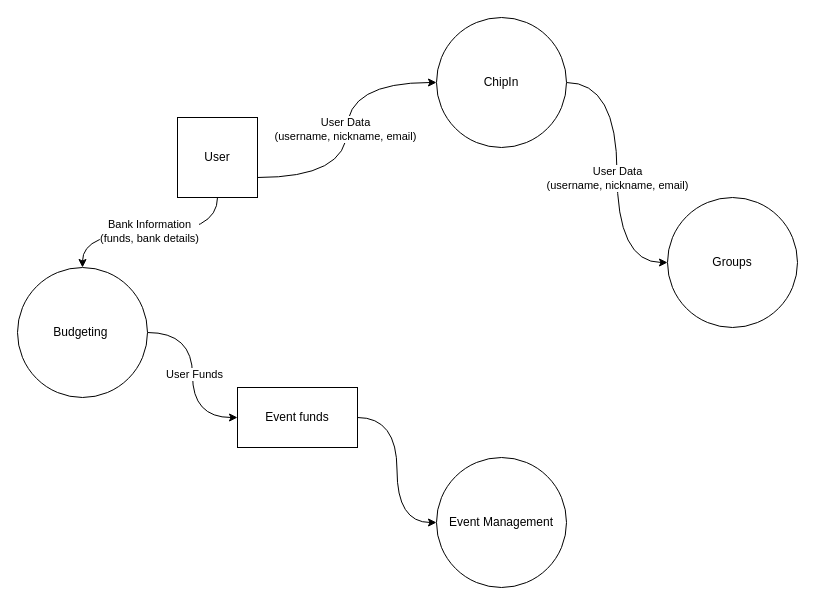
Before: dataflowdiagram.drawio in p4rsl3yyy/ssa_project, a draw.io diagram. Source tidied: cells renumbered, new cells numbered last; positions are measured from the earlier drawing's top-left corner, leaving out a move shared by most shapes. Both pictures are drawn from the tidied source at 100%, with x=0, y=0 at pixel (17, 17).
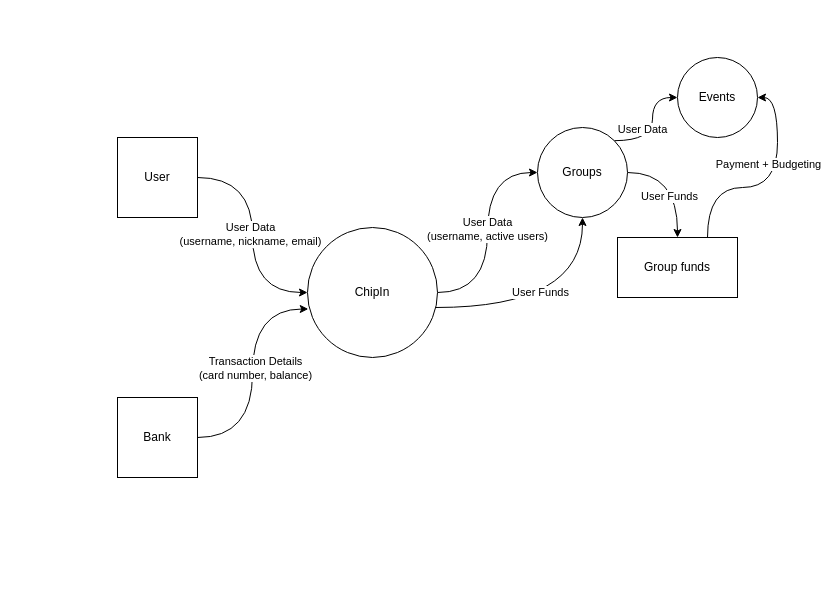
Above is the later version.

Diff of the diagram source:
```diff
@@
-    <mxCell id="2" style="edgeStyle=orthogonalEdgeStyle;rounded=0;jettySize=auto;html=1;exitX=1;exitY=0.5;exitDx=0;exitDy=0;entryX=0;entryY=0.5;entryDx=0;entryDy=0;curved=1;" parent="1" edge="1" source="4" target="15">
-      <mxGeometry relative="1" as="geometry" />
-    </mxCell>
-    <mxCell id="3" value="User Data&lt;div&gt;(username, nickname, email)&lt;/div&gt;" style="edgeLabel;html=1;align=center;verticalAlign=middle;" parent="2" vertex="1">
-      <mxGeometry x="0.04" relative="1" as="geometry" />
-    </mxCell>
+    <mxCell id="17" style="edgeStyle=orthogonalEdgeStyle;rounded=0;jettySize=auto;html=1;entryX=0;entryY=0.5;entryDx=0;entryDy=0;curved=1;" parent="1" edge="1" source="4" target="15">
+      <mxGeometry relative="1" as="geometry" />
+    </mxCell>
+    <mxCell id="18" value="User Data&lt;br&gt;(username, active users)" style="edgeLabel;html=1;align=center;verticalAlign=middle;" parent="17" vertex="1">
+      <mxGeometry x="-0.11" y="1" relative="1" as="geometry">
+        <mxPoint y="-16" as="offset" />
+      </mxGeometry>
+    </mxCell>
+    <mxCell id="19" style="edgeStyle=orthogonalEdgeStyle;rounded=0;jettySize=auto;html=1;entryX=0.5;entryY=1;entryDx=0;entryDy=0;curved=1;" parent="1" edge="1" source="4" target="15">
+      <mxGeometry relative="1" as="geometry">
+        <Array as="points">
+          <mxPoint x="565" y="290" />
+        </Array>
+      </mxGeometry>
+    </mxCell>
+    <mxCell id="20" value="User Funds" style="edgeLabel;html=1;align=center;verticalAlign=middle;" parent="19" vertex="1">
+      <mxGeometry x="-0.12" y="16" relative="1" as="geometry" />
+    </mxCell>
     <mxCell id="4" value="ChipIn" style="ellipse;whiteSpace=wrap;html=1;" parent="1" vertex="1">
-      <mxGeometry x="419" width="130" height="130" as="geometry" />
+      <mxGeometry x="290" y="210" width="130" height="130" as="geometry" />
     </mxCell>
-    <mxCell id="5" style="rounded=0;jettySize=auto;html=1;exitX=1;exitY=0.75;exitDx=0;exitDy=0;entryX=0;entryY=0.5;entryDx=0;entryDy=0;edgeStyle=orthogonalEdgeStyle;curved=1;" parent="1" edge="1" source="9" target="4">
+    <mxCell id="5" style="edgeStyle=orthogonalEdgeStyle;rounded=0;jettySize=auto;html=1;entryX=0;entryY=0.5;entryDx=0;entryDy=0;curved=1;" parent="1" edge="1" source="9" target="4">
       <mxGeometry relative="1" as="geometry" />
     </mxCell>
     <mxCell id="6" value="User Data&lt;br&gt;(username, nickname, email)" style="edgeLabel;html=1;align=center;verticalAlign=middle;" parent="5" vertex="1">
-      <mxGeometry x="0.01" y="2" relative="1" as="geometry" />
+      <mxGeometry x="-0.11" y="-3" relative="1" as="geometry">
+        <mxPoint y="11" as="offset" />
+      </mxGeometry>
     </mxCell>
-    <mxCell id="7" style="edgeStyle=orthogonalEdgeStyle;rounded=0;jettySize=auto;html=1;exitX=0.5;exitY=1;exitDx=0;exitDy=0;curved=1;" parent="1" edge="1" source="9" target="12">
-      <mxGeometry relative="1" as="geometry" />
-    </mxCell>
-    <mxCell id="8" value="Bank Information&lt;br&gt;(funds, bank details)" style="edgeLabel;html=1;align=center;verticalAlign=middle;" parent="7" vertex="1">
-      <mxGeometry x="0.01" y="-2" relative="1" as="geometry" />
-    </mxCell>
     <mxCell id="9" value="User" style="whiteSpace=wrap;html=1;" parent="1" vertex="1">
-      <mxGeometry x="160" y="100" width="80" height="80" as="geometry" />
+      <mxGeometry x="100" y="120" width="80" height="80" as="geometry" />
     </mxCell>
-    <mxCell id="10" style="edgeStyle=orthogonalEdgeStyle;rounded=0;jettySize=auto;html=1;entryX=0;entryY=0.5;entryDx=0;entryDy=0;curved=1;" parent="1" edge="1" source="12" target="14">
-      <mxGeometry relative="1" as="geometry" />
-    </mxCell>
-    <mxCell id="11" value="User Funds" style="edgeLabel;html=1;align=center;verticalAlign=middle;" parent="10" vertex="1">
-      <mxGeometry x="-0.02" y="1" relative="1" as="geometry" />
-    </mxCell>
-    <mxCell id="12" value="Budgeting&amp;nbsp;" style="ellipse;whiteSpace=wrap;html=1;" parent="1" vertex="1">
-      <mxGeometry y="250" width="130" height="130" as="geometry" />
-    </mxCell>
-    <mxCell id="13" style="edgeStyle=orthogonalEdgeStyle;rounded=0;jettySize=auto;html=1;exitX=1;exitY=0.5;exitDx=0;exitDy=0;entryX=0;entryY=0.5;entryDx=0;entryDy=0;curved=1;" parent="1" edge="1" source="14" target="16">
-      <mxGeometry relative="1" as="geometry" />
-    </mxCell>
-    <mxCell id="14" value="Event funds" style="rounded=0;whiteSpace=wrap;html=1;" parent="1" vertex="1">
-      <mxGeometry x="220" y="370" width="120" height="60" as="geometry" />
-    </mxCell>
+    <mxCell id="21" value="Bank" style="whiteSpace=wrap;html=1;" parent="1" vertex="1">
+      <mxGeometry x="100" y="380" width="80" height="80" as="geometry" />
+    </mxCell>
+    <mxCell id="22" style="edgeStyle=orthogonalEdgeStyle;rounded=0;jettySize=auto;html=1;entryX=0.006;entryY=0.627;entryDx=0;entryDy=0;entryPerimeter=0;curved=1;" parent="1" edge="1" source="21" target="4">
+      <mxGeometry relative="1" as="geometry" />
+    </mxCell>
+    <mxCell id="23" value="Transaction Details&lt;br&gt;(card number, balance)" style="edgeLabel;html=1;align=center;verticalAlign=middle;" parent="22" vertex="1">
+      <mxGeometry x="-0.12" y="-2" relative="1" as="geometry">
+        <mxPoint y="-20" as="offset" />
+      </mxGeometry>
+    </mxCell>
+    <mxCell id="24" style="edgeStyle=orthogonalEdgeStyle;rounded=0;jettySize=auto;html=1;exitX=1;exitY=0.5;exitDx=0;exitDy=0;entryX=0.5;entryY=0;entryDx=0;entryDy=0;curved=1;" parent="1" edge="1" source="15" target="30">
+      <mxGeometry relative="1" as="geometry" />
+    </mxCell>
+    <mxCell id="25" value="User Funds" style="edgeLabel;html=1;align=center;verticalAlign=middle;" parent="24" vertex="1">
+      <mxGeometry x="0.27" y="-9" relative="1" as="geometry" />
+    </mxCell>
+    <mxCell id="26" style="edgeStyle=orthogonalEdgeStyle;rounded=0;jettySize=auto;html=1;exitX=1;exitY=0;exitDx=0;exitDy=0;entryX=0;entryY=0.5;entryDx=0;entryDy=0;curved=1;" parent="1" edge="1" source="15" target="31">
+      <mxGeometry relative="1" as="geometry" />
+    </mxCell>
+    <mxCell id="27" value="User Data" style="edgeLabel;html=1;align=center;verticalAlign=middle;" parent="26" vertex="1">
+      <mxGeometry x="-0.06" relative="1" as="geometry">
+        <mxPoint x="-11" as="offset" />
+      </mxGeometry>
+    </mxCell>
     <mxCell id="15" value="Groups" style="ellipse;whiteSpace=wrap;html=1;" parent="1" vertex="1">
-      <mxGeometry x="650" y="180" width="130" height="130" as="geometry" />
+      <mxGeometry x="520" y="110" width="90" height="90" as="geometry" />
     </mxCell>
-    <mxCell id="16" value="Event Management" style="ellipse;whiteSpace=wrap;html=1;" parent="1" vertex="1">
-      <mxGeometry x="419" y="440" width="130" height="130" as="geometry" />
-    </mxCell>
+    <mxCell id="28" style="edgeStyle=orthogonalEdgeStyle;rounded=0;jettySize=auto;html=1;exitX=0.75;exitY=0;exitDx=0;exitDy=0;entryX=1;entryY=0.5;entryDx=0;entryDy=0;curved=1;" parent="1" edge="1" source="30" target="31">
+      <mxGeometry relative="1" as="geometry" />
+    </mxCell>
+    <mxCell id="29" value="Payment + Budgeting" style="edgeLabel;html=1;align=center;verticalAlign=middle;" parent="28" vertex="1">
+      <mxGeometry x="0.13" y="10" relative="1" as="geometry">
+        <mxPoint y="-14" as="offset" />
+      </mxGeometry>
+    </mxCell>
+    <mxCell id="30" value="Group funds" style="rounded=0;whiteSpace=wrap;html=1;" parent="1" vertex="1">
+      <mxGeometry x="600" y="220" width="120" height="60" as="geometry" />
+    </mxCell>
+    <mxCell id="31" value="Events" style="ellipse;whiteSpace=wrap;html=1;" parent="1" vertex="1">
+      <mxGeometry x="660" y="40" width="80" height="80" as="geometry" />
+    </mxCell>
```
